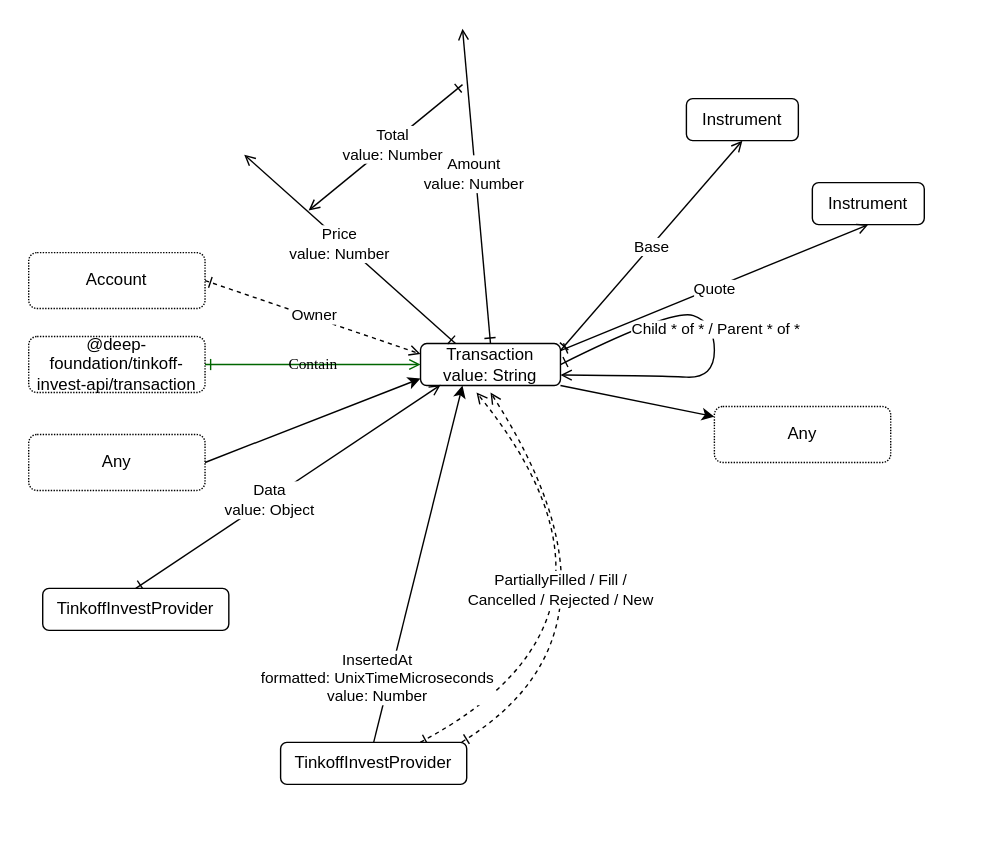
This is src/transaction/Transaction.drawio.svg from suenot/deep-tinkoff-invest-api, a draw.io export, as it was before one commit. Source tidied: cells renumbered, new cells last; positions are measured from the earlier drawing's top-left corner, leaving out a move shared by most shapes.
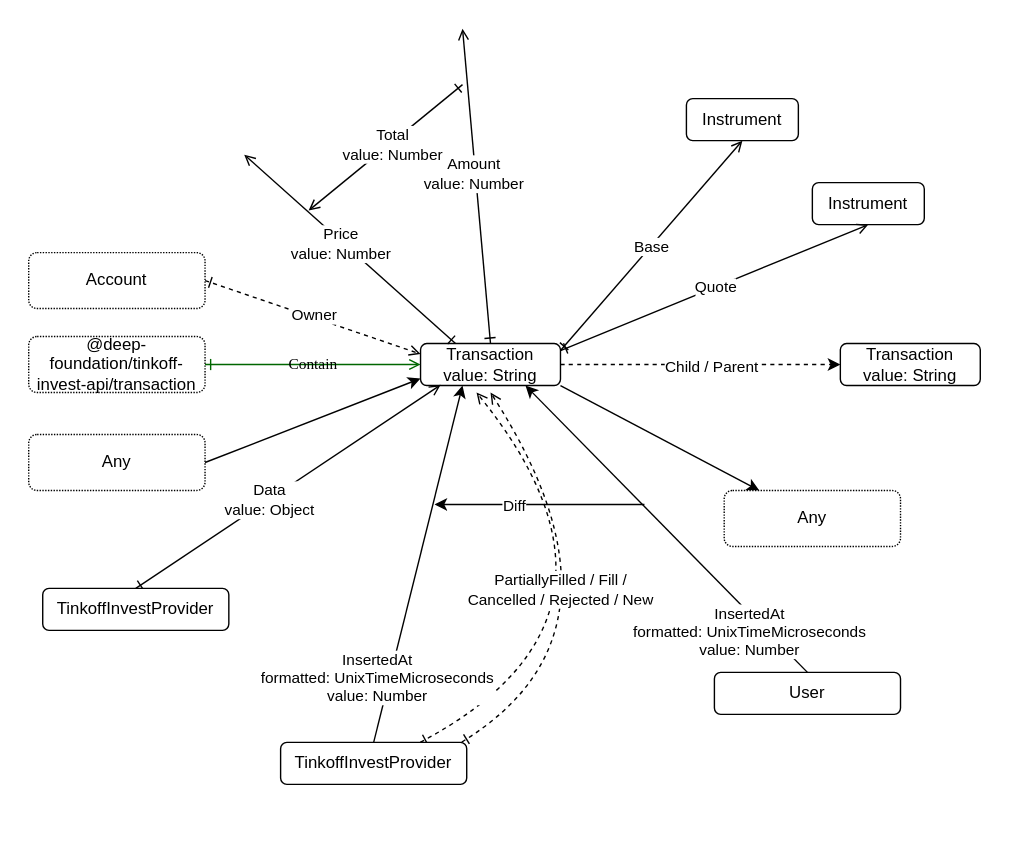
After the commit.

The edit, as a diff of the source:
```diff
@@ -3,7 +3,7 @@
     <mxCell id="0" />
     <mxCell id="1" parent="0" />
     <mxCell id="2" style="rounded=0;whiteSpace=wrap;html=1;strokeColor=none;" parent="1" vertex="1">
-      <mxGeometry width="700" height="600" as="geometry" />
+      <mxGeometry width="730" height="600" as="geometry" />
     </mxCell>
     <mxCell id="3" style="edgeStyle=none;html=1;exitX=0.5;exitY=0;exitDx=0;exitDy=0;startArrow=ERone;startFill=0;endArrow=open;endFill=0;" parent="1" edge="1" source="6">
       <mxGeometry relative="1" as="geometry">
@@ -16,6 +16,12 @@
     <mxCell id="5" style="edgeStyle=none;html=1;exitX=1;exitY=1;exitDx=0;exitDy=0;strokeColor=#000000;" parent="1" edge="1" source="6" target="33">
       <mxGeometry relative="1" as="geometry" />
     </mxCell>
+    <mxCell id="35" style="edgeStyle=none;curved=1;html=1;exitX=1;exitY=0.5;exitDx=0;exitDy=0;entryX=0;entryY=0.5;entryDx=0;entryDy=0;dashed=1;fontSize=11;strokeColor=#000000;" parent="1" edge="1" source="6" target="41">
+      <mxGeometry relative="1" as="geometry" />
+    </mxCell>
+    <mxCell id="36" value="Child / Parent" style="edgeLabel;html=1;align=center;verticalAlign=middle;fontSize=11;" parent="35" vertex="1">
+      <mxGeometry x="0.07" y="-1" relative="1" as="geometry" />
+    </mxCell>
     <mxCell id="6" value="Transaction&lt;br&gt;value: String" style="rounded=1;whiteSpace=wrap;html=1;labelBackgroundColor=none;" parent="1" vertex="1">
       <mxGeometry x="300" y="245" width="100" height="30" as="geometry" />
     </mxCell>
@@ -57,19 +63,6 @@
     <mxCell id="17" value="Data&lt;br&gt;value: Object" style="edgeLabel;html=1;align=center;verticalAlign=middle;" parent="16" vertex="1">
       <mxGeometry x="-0.12" relative="1" as="geometry" />
     </mxCell>
-    <mxCell id="18" style="edgeStyle=none;html=1;startArrow=ERone;startFill=0;endArrow=open;endFill=0;strokeColor=#000000;exitX=1;exitY=0.5;exitDx=0;exitDy=0;curved=1;entryX=1;entryY=0.75;entryDx=0;entryDy=0;" parent="1" edge="1" source="6" target="6">
-      <mxGeometry relative="1" as="geometry">
-        <Array as="points">
-          <mxPoint x="480" y="220" />
-          <mxPoint x="510" y="230" />
-          <mxPoint x="510" y="270" />
-          <mxPoint x="470" y="268" />
-        </Array>
-      </mxGeometry>
-    </mxCell>
-    <mxCell id="19" value="Child * of * / Parent * of *" style="edgeLabel;html=1;align=center;verticalAlign=middle;" parent="18" vertex="1">
-      <mxGeometry x="-0.07" y="1" relative="1" as="geometry" />
-    </mxCell>
     <mxCell id="20" value="Instrument" style="rounded=1;whiteSpace=wrap;html=1;labelBackgroundColor=none;" parent="1" vertex="1">
       <mxGeometry x="580" y="130" width="80" height="30" as="geometry" />
     </mxCell>
@@ -130,10 +123,28 @@
       <mxGeometry x="20" y="310" width="126" height="40" as="geometry" />
     </mxCell>
     <mxCell id="33" value="Any" style="rounded=1;whiteSpace=wrap;html=1;labelBackgroundColor=none;dashed=1;dashPattern=1 1;" parent="1" vertex="1">
-      <mxGeometry x="510" y="290" width="126" height="40" as="geometry" />
+      <mxGeometry x="517" y="350" width="126" height="40" as="geometry" />
     </mxCell>
     <mxCell id="34" value="TinkoffInvestProvider" style="rounded=1;whiteSpace=wrap;html=1;labelBackgroundColor=none;" parent="1" vertex="1">
       <mxGeometry x="30" y="420" width="133" height="30" as="geometry" />
     </mxCell>
+    <mxCell id="37" value="InsertedAt&lt;br&gt;formatted: UnixTimeMicroseconds&amp;nbsp;&lt;br&gt;value: Number" style="edgeStyle=none;html=1;exitX=0.5;exitY=0;exitDx=0;exitDy=0;entryX=0.75;entryY=1;entryDx=0;entryDy=0;" parent="1" edge="1" source="38" target="6">
+      <mxGeometry x="-0.66" y="9" relative="1" as="geometry" />
+    </mxCell>
+    <mxCell id="38" value="User" style="rounded=1;whiteSpace=wrap;html=1;labelBackgroundColor=none;" parent="1" vertex="1">
+      <mxGeometry x="510" y="480" width="133" height="30" as="geometry" />
+    </mxCell>
+    <mxCell id="39" style="edgeStyle=none;html=1;strokeColor=#000000;" parent="1" edge="1">
+      <mxGeometry relative="1" as="geometry">
+        <mxPoint x="460" y="360" as="sourcePoint" />
+        <mxPoint x="310" y="360" as="targetPoint" />
+      </mxGeometry>
+    </mxCell>
+    <mxCell id="40" value="Diff" style="edgeLabel;html=1;align=center;verticalAlign=middle;fontSize=11;" parent="39" vertex="1">
+      <mxGeometry x="0.24" relative="1" as="geometry" />
+    </mxCell>
+    <mxCell id="41" value="Transaction&lt;br&gt;value: String" style="rounded=1;whiteSpace=wrap;html=1;labelBackgroundColor=none;" parent="1" vertex="1">
+      <mxGeometry x="600" y="245" width="100" height="30" as="geometry" />
+    </mxCell>
   </root>
 </mxGraphModel>
```
